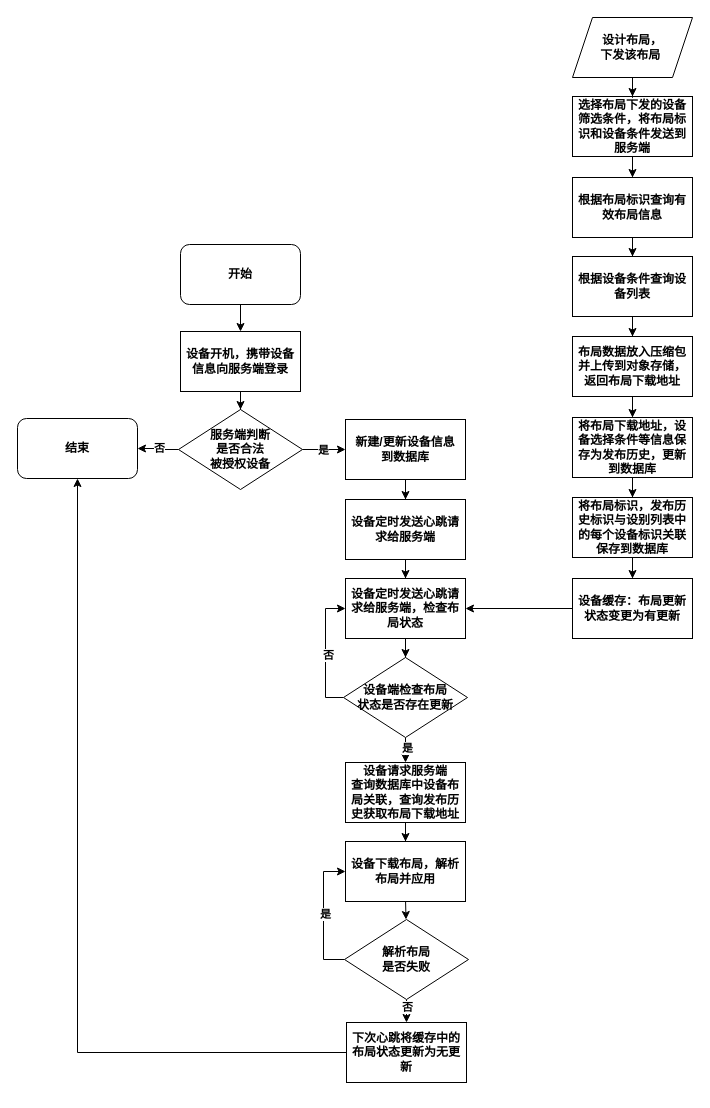
sjxbg/xmindfile keeps this draw.io diagram as 专利-布局下发-流程图.drawio. Above is the earlier version. Source tidied: cells renumbered, new cells numbered last; positions are measured from the earlier drawing's top-left corner, leaving out a move shared by most shapes. Both pictures are drawn from the tidied source at 100%, with x=0, y=0 at pixel (17, 17).
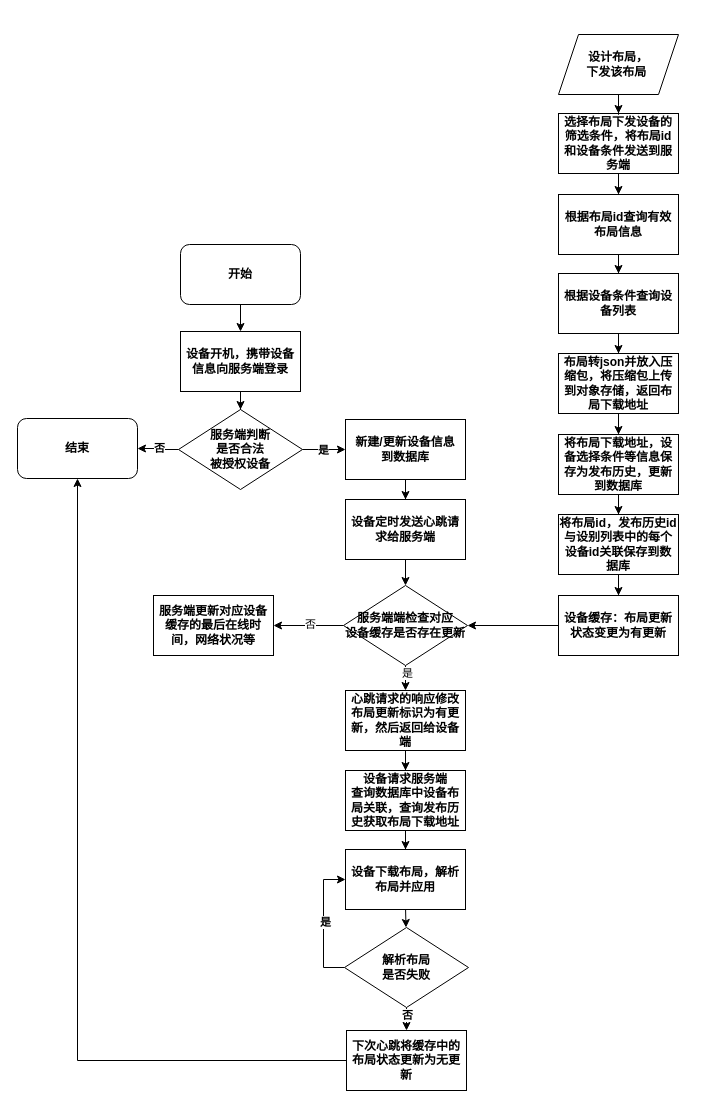
The same page after the edit.

Commit message:
更新专利-布局下发-流程图.drawio

Unchanged cells that the change refers to:
```xml
<mxCell id="21" value="设备定时发送心跳请求给服务端" style="rounded=0;whiteSpace=wrap;html=1;fontStyle=1;" parent="1" vertex="1">
  <mxGeometry x="328" y="482" width="120" height="60" as="geometry" />
</mxCell>
```

Diff of the diagram source:
```diff
@@
-    <mxCell id="15" value="选择布局下发的设备筛选条件，将布局标识和设备条件发送到服务端" style="rounded=0;whiteSpace=wrap;html=1;fontStyle=1;" parent="1" vertex="1">
-      <mxGeometry x="555" y="79" width="120" height="60" as="geometry" />
+    <mxCell id="15" value="选择布局下发设备的筛选条件，将布局id和设备条件发送到服务端" style="rounded=0;whiteSpace=wrap;html=1;fontStyle=1;" parent="1" vertex="1">
+      <mxGeometry x="541" y="96" width="120" height="60" as="geometry" />
     </mxCell>
@@
-    <mxCell id="17" value="根据布局标识查询有效布局信息" style="whiteSpace=wrap;html=1;fontStyle=1;" parent="1" vertex="1">
-      <mxGeometry x="555" y="160" width="120" height="60" as="geometry" />
+    <mxCell id="17" value="根据布局id查询有效布局信息" style="whiteSpace=wrap;html=1;fontStyle=1;" parent="1" vertex="1">
+      <mxGeometry x="541" y="177" width="120" height="60" as="geometry" />
     </mxCell>
@@
     <mxCell id="19" value="设计布局，&lt;div&gt;下发该&lt;span style=&quot;background-color: initial;&quot;&gt;布局&amp;nbsp;&lt;/span&gt;&lt;/div&gt;" style="shape=parallelogram;perimeter=parallelogramPerimeter;whiteSpace=wrap;html=1;fixedSize=1;fontStyle=1;" parent="1" vertex="1">
-      <mxGeometry x="555" width="120" height="60" as="geometry" />
+      <mxGeometry x="541" y="17" width="120" height="60" as="geometry" />
     </mxCell>
-    <mxCell id="20" style="edgeStyle=orthogonalEdgeStyle;rounded=0;jettySize=auto;html=1;fontStyle=1;" parent="1" edge="1" source="21" target="23">
+    <mxCell id="20" style="edgeStyle=orthogonalEdgeStyle;rounded=0;jettySize=auto;html=1;fontStyle=1;entryX=0.5;entryY=0;entryDx=0;entryDy=0;" parent="1" edge="1" source="21" target="53">
       <mxGeometry relative="1" as="geometry" />
     </mxCell>
@@
-    <mxCell id="22" style="edgeStyle=orthogonalEdgeStyle;rounded=0;jettySize=auto;html=1;fontStyle=1;" parent="1" edge="1" source="23" target="36">
-      <mxGeometry relative="1" as="geometry" />
-    </mxCell>
-    <mxCell id="23" value="设备定时发送心跳请求给服务端，检查布局状态" style="rounded=0;whiteSpace=wrap;html=1;fontStyle=1;" parent="1" vertex="1">
-      <mxGeometry x="328" y="561" width="120" height="60" as="geometry" />
-    </mxCell>
@@
     <mxCell id="25" value="根据设备条件查询设备列表" style="whiteSpace=wrap;html=1;fontStyle=1;" parent="1" vertex="1">
-      <mxGeometry x="555" y="239" width="120" height="60" as="geometry" />
+      <mxGeometry x="541" y="256" width="120" height="60" as="geometry" />
     </mxCell>
@@
-    <mxCell id="27" value="布局数据放入压缩包并上传到对象存储，返回布局下载地址" style="whiteSpace=wrap;html=1;fontStyle=1;" parent="1" vertex="1">
-      <mxGeometry x="555" y="319" width="120" height="60" as="geometry" />
+    <mxCell id="27" value="布局转json并放入压缩包，将压缩包上传到对象存储，返回布局下载地址" style="whiteSpace=wrap;html=1;fontStyle=1;" parent="1" vertex="1">
+      <mxGeometry x="541" y="336" width="120" height="60" as="geometry" />
     </mxCell>
@@
     <mxCell id="29" value="将布局下载地址，设备选择条件等信息保存为发布历史，更新到数据库" style="whiteSpace=wrap;html=1;fontStyle=1;" parent="1" vertex="1">
-      <mxGeometry x="555" y="400" width="120" height="60" as="geometry" />
+      <mxGeometry x="541" y="417" width="120" height="60" as="geometry" />
     </mxCell>
-    <mxCell id="30" style="edgeStyle=orthogonalEdgeStyle;rounded=0;jettySize=auto;html=1;fontStyle=1;" parent="1" edge="1" source="31" target="23">
-      <mxGeometry relative="1" as="geometry" />
-    </mxCell>
+    <mxCell id="50" style="edgeStyle=orthogonalEdgeStyle;rounded=0;jettySize=auto;html=1;" parent="1" edge="1" source="31" target="53">
+      <mxGeometry relative="1" as="geometry" />
+    </mxCell>
     <mxCell id="31" value="设备缓存：布局更新状态变更为有更新" style="whiteSpace=wrap;html=1;fontStyle=1;" parent="1" vertex="1">
-      <mxGeometry x="555" y="561" width="120" height="60" as="geometry" />
+      <mxGeometry x="541" y="578" width="120" height="60" as="geometry" />
     </mxCell>
-    <mxCell id="32" style="edgeStyle=orthogonalEdgeStyle;rounded=0;jettySize=auto;html=1;entryX=0;entryY=0.5;entryDx=0;entryDy=0;fontStyle=1;" parent="1" edge="1" source="36" target="23">
-      <mxGeometry relative="1" as="geometry">
-        <Array as="points">
-          <mxPoint x="308" y="680" />
-          <mxPoint x="308" y="591" />
-        </Array>
-      </mxGeometry>
-    </mxCell>
-    <mxCell id="33" value="否" style="edgeLabel;html=1;align=center;verticalAlign=middle;fontStyle=1;" parent="32" vertex="1">
-      <mxGeometry x="-0.04" y="-2" relative="1" as="geometry" />
-    </mxCell>
-    <mxCell id="34" style="edgeStyle=orthogonalEdgeStyle;rounded=0;jettySize=auto;html=1;fontStyle=1;" parent="1" edge="1" source="36" target="38">
-      <mxGeometry relative="1" as="geometry" />
-    </mxCell>
-    <mxCell id="35" value="是" style="edgeLabel;html=1;align=center;verticalAlign=middle;fontStyle=1;" parent="34" vertex="1">
-      <mxGeometry x="-0.3" relative="1" as="geometry">
-        <mxPoint x="1" y="-9" as="offset" />
-      </mxGeometry>
-    </mxCell>
-    <mxCell id="36" value="设备端检查布局&lt;div&gt;状态是否存在更新&lt;/div&gt;" style="rhombus;whiteSpace=wrap;html=1;fontStyle=1;" parent="1" vertex="1">
-      <mxGeometry x="326" y="640" width="124" height="80" as="geometry" />
-    </mxCell>
@@
     <mxCell id="38" value="设备请求服务端&lt;div&gt;查询数据库中设备布局关联，查询发布历史获取布局下载地址&lt;/div&gt;" style="rounded=0;whiteSpace=wrap;html=1;fontStyle=1;" parent="1" vertex="1">
-      <mxGeometry x="328" y="745" width="120" height="60" as="geometry" />
+      <mxGeometry x="328" y="753" width="120" height="60" as="geometry" />
     </mxCell>
@@
-    <mxCell id="40" value="将布局标识，发布历史标识与设别列表中的每个设备标识关联保存到数据库" style="whiteSpace=wrap;html=1;fontStyle=1;" parent="1" vertex="1">
-      <mxGeometry x="555" y="480" width="120" height="60" as="geometry" />
+    <mxCell id="40" value="将布局id，发布历史id与设别列表中的每个设备id关联保存到数据库" style="whiteSpace=wrap;html=1;fontStyle=1;" parent="1" vertex="1">
+      <mxGeometry x="541" y="497" width="120" height="60" as="geometry" />
     </mxCell>
     <mxCell id="41" style="edgeStyle=orthogonalEdgeStyle;rounded=0;jettySize=auto;html=1;fontStyle=1;" parent="1" edge="1" target="47">
       <mxGeometry relative="1" as="geometry">
-        <mxPoint x="388" y="881" as="sourcePoint" />
+        <mxPoint x="388" y="889" as="sourcePoint" />
       </mxGeometry>
     </mxCell>
     <mxCell id="42" value="设备下载布局，解析布局并应用" style="rounded=0;whiteSpace=wrap;html=1;fontStyle=1;" parent="1" vertex="1">
-      <mxGeometry x="328" y="824" width="120" height="60" as="geometry" />
+      <mxGeometry x="328" y="832" width="120" height="60" as="geometry" />
     </mxCell>
     <mxCell id="43" style="edgeStyle=orthogonalEdgeStyle;rounded=0;jettySize=auto;html=1;entryX=0;entryY=0.5;entryDx=0;entryDy=0;fontStyle=1;" parent="1" edge="1" source="47" target="42">
       <mxGeometry relative="1" as="geometry">
         <Array as="points">
-          <mxPoint x="306" y="942" />
-          <mxPoint x="306" y="854" />
+          <mxPoint x="306" y="950" />
+          <mxPoint x="306" y="862" />
         </Array>
       </mxGeometry>
     </mxCell>
@@
     <mxCell id="47" value="解析布局&lt;div&gt;是否失败&lt;/div&gt;" style="rhombus;whiteSpace=wrap;html=1;fontStyle=1;" parent="1" vertex="1">
-      <mxGeometry x="327" y="902" width="124" height="80" as="geometry" />
+      <mxGeometry x="327" y="910" width="124" height="80" as="geometry" />
     </mxCell>
@@
     <mxCell id="49" value="下次心跳将缓存中的布局状态更新为无更新" style="whiteSpace=wrap;html=1;fontStyle=1;" parent="1" vertex="1">
-      <mxGeometry x="329" y="1005" width="120" height="60" as="geometry" />
+      <mxGeometry x="329" y="1013" width="120" height="60" as="geometry" />
     </mxCell>
+    <mxCell id="51" style="edgeStyle=orthogonalEdgeStyle;rounded=0;jettySize=auto;html=1;" parent="1" edge="1" source="53" target="54">
+      <mxGeometry relative="1" as="geometry" />
+    </mxCell>
+    <mxCell id="33" value="否" style="edgeLabel;html=1;align=center;verticalAlign=middle;" parent="51" vertex="1">
+      <mxGeometry x="-0.03" y="-2" relative="1" as="geometry" />
+    </mxCell>
+    <mxCell id="52" style="edgeStyle=orthogonalEdgeStyle;rounded=0;jettySize=auto;html=1;" parent="1" edge="1" source="53" target="56">
+      <mxGeometry relative="1" as="geometry" />
+    </mxCell>
+    <mxCell id="35" value="是" style="edgeLabel;html=1;align=center;verticalAlign=middle;" parent="52" vertex="1">
+      <mxGeometry x="0.38" y="1" relative="1" as="geometry">
+        <mxPoint y="-1" as="offset" />
+      </mxGeometry>
+    </mxCell>
+    <mxCell id="53" value="服务端端检查对应&lt;div&gt;设备缓&lt;span style=&quot;background-color: initial;&quot;&gt;存&lt;/span&gt;&lt;span style=&quot;background-color: initial;&quot;&gt;是否存在更新&lt;/span&gt;&lt;/div&gt;" style="rhombus;whiteSpace=wrap;html=1;fontStyle=1;" parent="1" vertex="1">
+      <mxGeometry x="326" y="568" width="124" height="80" as="geometry" />
+    </mxCell>
+    <mxCell id="54" value="服务端更新对应设备缓存的最后在线时间，网络状况等" style="rounded=0;whiteSpace=wrap;html=1;fontStyle=1;" parent="1" vertex="1">
+      <mxGeometry x="136" y="578" width="120" height="60" as="geometry" />
+    </mxCell>
+    <mxCell id="55" style="edgeStyle=orthogonalEdgeStyle;rounded=0;jettySize=auto;html=1;" parent="1" edge="1" source="56" target="38">
+      <mxGeometry relative="1" as="geometry" />
+    </mxCell>
+    <mxCell id="56" value="心跳请求的响应修改布局更新标识为有更新，然后返回给设备端" style="rounded=0;whiteSpace=wrap;html=1;fontStyle=1;" parent="1" vertex="1">
+      <mxGeometry x="328" y="673" width="120" height="60" as="geometry" />
+    </mxCell>
```
